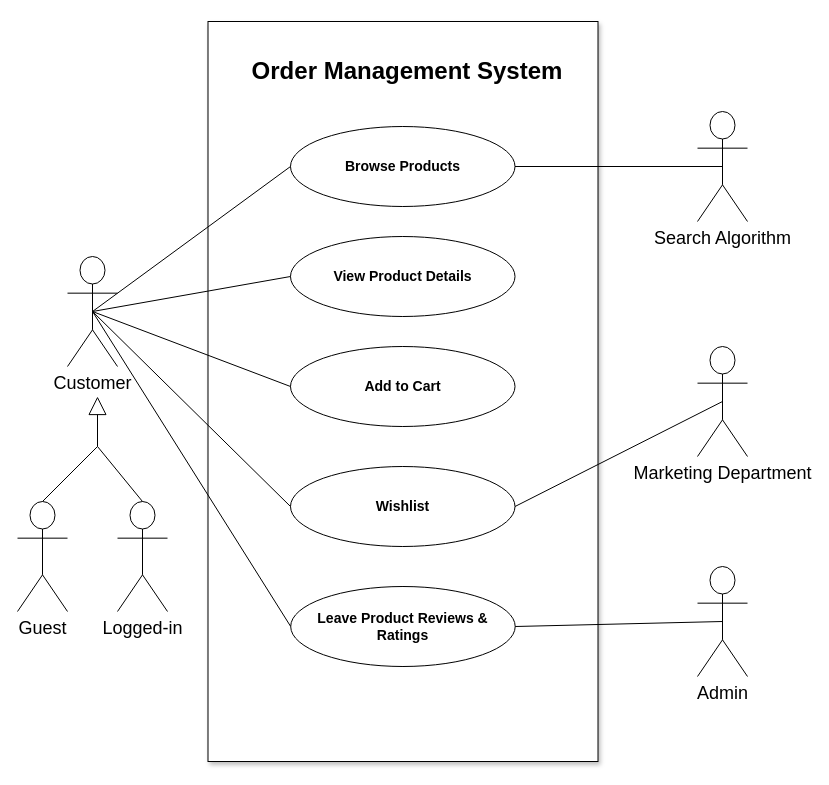
This is ITC211 System Analysis and Design/Use Case Order Management.drawio from Sam-WebP/CSU, a draw.io file, before an edit. Source tidied: cells renumbered, new cells numbered last; positions are measured from the earlier drawing's top-left corner, leaving out a move shared by most shapes. Both pictures are drawn from the tidied source at 100%, with x=0, y=0 at pixel (17, 56).
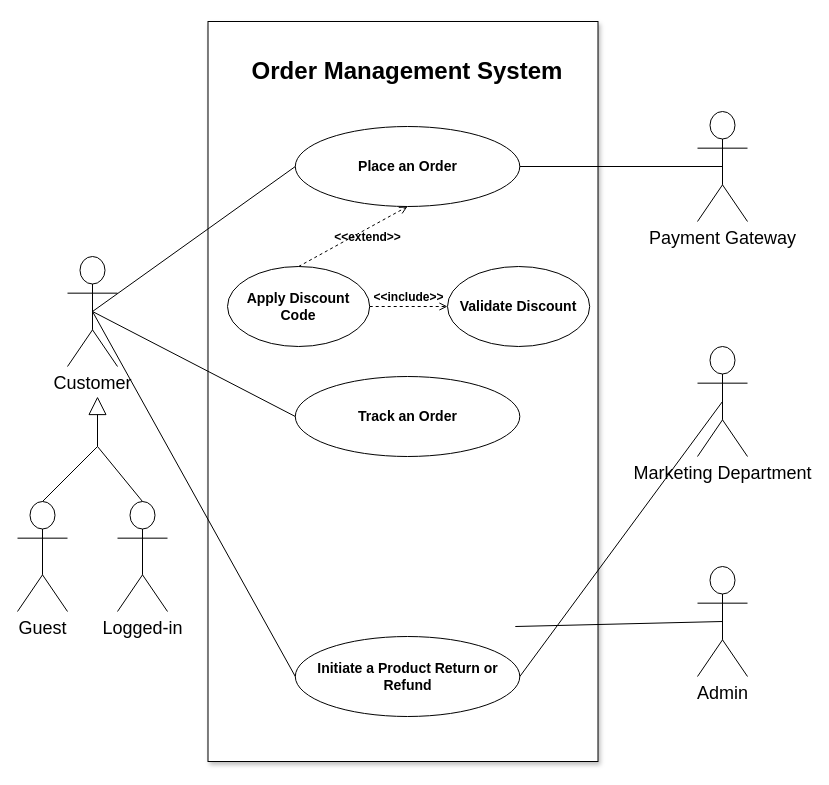
The same page after the edit.

Unchanged cells that the change refers to:
```xml
<mxCell id="4" value="&lt;font style=&quot;font-size: 18px;&quot;&gt;Customer&lt;/font&gt;" style="shape=umlActor;verticalLabelPosition=bottom;verticalAlign=top;html=1;outlineConnect=0;" parent="1" vertex="1">
  <mxGeometry x="50" y="200" width="50" height="110" as="geometry" />
</mxCell>
<mxCell id="16" value="&lt;font style=&quot;font-size: 18px;&quot;&gt;Admin&lt;/font&gt;" style="shape=umlActor;verticalLabelPosition=bottom;verticalAlign=top;html=1;outlineConnect=0;" parent="1" vertex="1">
  <mxGeometry x="680" y="510" width="50" height="110" as="geometry" />
</mxCell>
```

What changed in the source:
```diff
@@
-    <mxCell id="2" value="&lt;font style=&quot;font-size: 18px;&quot;&gt;Search Algorithm&lt;/font&gt;" style="shape=umlActor;verticalLabelPosition=bottom;verticalAlign=top;html=1;outlineConnect=0;" parent="1" vertex="1">
+    <mxCell id="2" value="&lt;font style=&quot;font-size: 18px;&quot;&gt;Payment Gateway&lt;/font&gt;" style="shape=umlActor;verticalLabelPosition=bottom;verticalAlign=top;html=1;outlineConnect=0;" parent="1" vertex="1">
       <mxGeometry x="680" y="55" width="50" height="110" as="geometry" />
     </mxCell>
@@
-    <mxCell id="6" value="&lt;b&gt;&lt;font style=&quot;font-size: 14px;&quot;&gt;Leave Product Reviews &amp;amp; Ratings&lt;/font&gt;&lt;/b&gt;" style="ellipse;whiteSpace=wrap;html=1;" parent="1" vertex="1">
-      <mxGeometry x="273.2" y="530" width="224.5" height="80" as="geometry" />
-    </mxCell>
-    <mxCell id="7" value="&lt;b&gt;&lt;font style=&quot;font-size: 14px;&quot;&gt;View Product Details&lt;/font&gt;&lt;/b&gt;" style="ellipse;whiteSpace=wrap;html=1;" parent="1" vertex="1">
-      <mxGeometry x="273" y="180" width="224.5" height="80" as="geometry" />
+    <mxCell id="7" value="&lt;font style=&quot;font-size: 14px;&quot;&gt;&lt;b&gt;Apply Discount Code&lt;br&gt;&lt;/b&gt;&lt;/font&gt;" style="ellipse;whiteSpace=wrap;html=1;" parent="1" vertex="1">
+      <mxGeometry x="210" y="210" width="142.2" height="80" as="geometry" />
     </mxCell>
-    <mxCell id="8" value="&lt;font style=&quot;font-size: 14px;&quot;&gt;&lt;b&gt;Browse Products&lt;/b&gt;&lt;/font&gt;" style="ellipse;whiteSpace=wrap;html=1;" parent="1" vertex="1">
-      <mxGeometry x="273" y="70" width="224.5" height="80" as="geometry" />
+    <mxCell id="8" value="&lt;font style=&quot;font-size: 14px;&quot;&gt;&lt;b&gt;Place an Order&lt;/b&gt;&lt;/font&gt;" style="ellipse;whiteSpace=wrap;html=1;" parent="1" vertex="1">
+      <mxGeometry x="277.8" y="70" width="224.5" height="80" as="geometry" />
     </mxCell>
@@
-    <mxCell id="13" value="&lt;b&gt;&lt;font style=&quot;font-size: 14px;&quot;&gt;Add to Cart&lt;/font&gt;&lt;/b&gt;" style="ellipse;whiteSpace=wrap;html=1;" parent="1" vertex="1">
-      <mxGeometry x="273" y="290" width="224.5" height="80" as="geometry" />
+    <mxCell id="13" value="&lt;font style=&quot;font-size: 14px;&quot;&gt;&lt;b&gt;Track an Order&lt;/b&gt;&lt;/font&gt;" style="ellipse;whiteSpace=wrap;html=1;" parent="1" vertex="1">
+      <mxGeometry x="277.8" y="320" width="224.5" height="80" as="geometry" />
     </mxCell>
-    <mxCell id="14" value="&lt;b&gt;&lt;font style=&quot;font-size: 14px;&quot;&gt;Wishlist&lt;/font&gt;&lt;/b&gt;" style="ellipse;whiteSpace=wrap;html=1;" parent="1" vertex="1">
-      <mxGeometry x="273" y="410" width="224.5" height="80" as="geometry" />
+    <mxCell id="14" value="&lt;font style=&quot;font-size: 14px;&quot;&gt;&lt;b&gt;Initiate a Product Return or Refund&lt;/b&gt;&lt;/font&gt;" style="ellipse;whiteSpace=wrap;html=1;" parent="1" vertex="1">
+      <mxGeometry x="277.8" y="580" width="224.5" height="80" as="geometry" />
     </mxCell>
@@
-    <mxCell id="17" style="endArrow=none;html=1;rounded=0;entryX=0.5;entryY=0.5;entryDx=0;entryDy=0;entryPerimeter=0;exitX=1;exitY=0.5;exitDx=0;exitDy=0;" parent="1" edge="1" source="6" target="16">
-      <mxGeometry relative="1" as="geometry" />
+    <mxCell id="17" style="endArrow=none;html=1;rounded=0;entryX=0.5;entryY=0.5;entryDx=0;entryDy=0;entryPerimeter=0;exitX=1;exitY=0.5;exitDx=0;exitDy=0;" parent="1" edge="1" target="16">
+      <mxGeometry relative="1" as="geometry">
+        <mxPoint x="497.8" y="570" as="sourcePoint" />
+      </mxGeometry>
     </mxCell>
@@
-    <mxCell id="21" style="endArrow=none;html=1;rounded=0;entryX=0;entryY=0.5;entryDx=0;entryDy=0;exitX=0.5;exitY=0.5;exitDx=0;exitDy=0;exitPerimeter=0;" parent="1" edge="1" source="4" target="7">
-      <mxGeometry relative="1" as="geometry" />
-    </mxCell>
@@
-    <mxCell id="24" style="endArrow=none;html=1;rounded=0;entryX=0;entryY=0.5;entryDx=0;entryDy=0;exitX=0.5;exitY=0.5;exitDx=0;exitDy=0;exitPerimeter=0;" parent="1" edge="1" source="4" target="6">
-      <mxGeometry relative="1" as="geometry" />
-    </mxCell>
@@
+    <mxCell id="26" value="&lt;font style=&quot;font-size: 12px;&quot;&gt;&lt;b&gt;&amp;lt;&amp;lt;extend&amp;gt;&amp;gt;&lt;/b&gt;&lt;/font&gt;" style="html=1;verticalAlign=bottom;labelBackgroundColor=none;endArrow=open;endFill=0;dashed=1;rounded=0;exitX=0.5;exitY=0;exitDx=0;exitDy=0;entryX=0.5;entryY=1;entryDx=0;entryDy=0;" parent="1" edge="1" source="7" target="8">
+      <mxGeometry x="0.13" y="-16" relative="1" as="geometry" />
+    </mxCell>
+    <mxCell id="27" value="&lt;font style=&quot;font-size: 14px;&quot;&gt;&lt;strong&gt;Validate Discount&lt;/strong&gt;&lt;/font&gt;" style="ellipse;whiteSpace=wrap;html=1;" parent="1" vertex="1">
+      <mxGeometry x="430" y="210" width="142.2" height="80" as="geometry" />
+    </mxCell>
+    <mxCell id="28" value="&lt;font style=&quot;font-size: 12px;&quot;&gt;&lt;b&gt;&amp;lt;&amp;lt;include&amp;gt;&amp;gt;&lt;/b&gt;&lt;/font&gt;" style="html=1;verticalAlign=bottom;labelBackgroundColor=none;endArrow=open;endFill=0;dashed=1;rounded=0;exitX=1;exitY=0.5;exitDx=0;exitDy=0;entryX=0;entryY=0.5;entryDx=0;entryDy=0;" parent="1" edge="1" source="7" target="27">
+      <mxGeometry relative="1" as="geometry" />
+    </mxCell>
```
